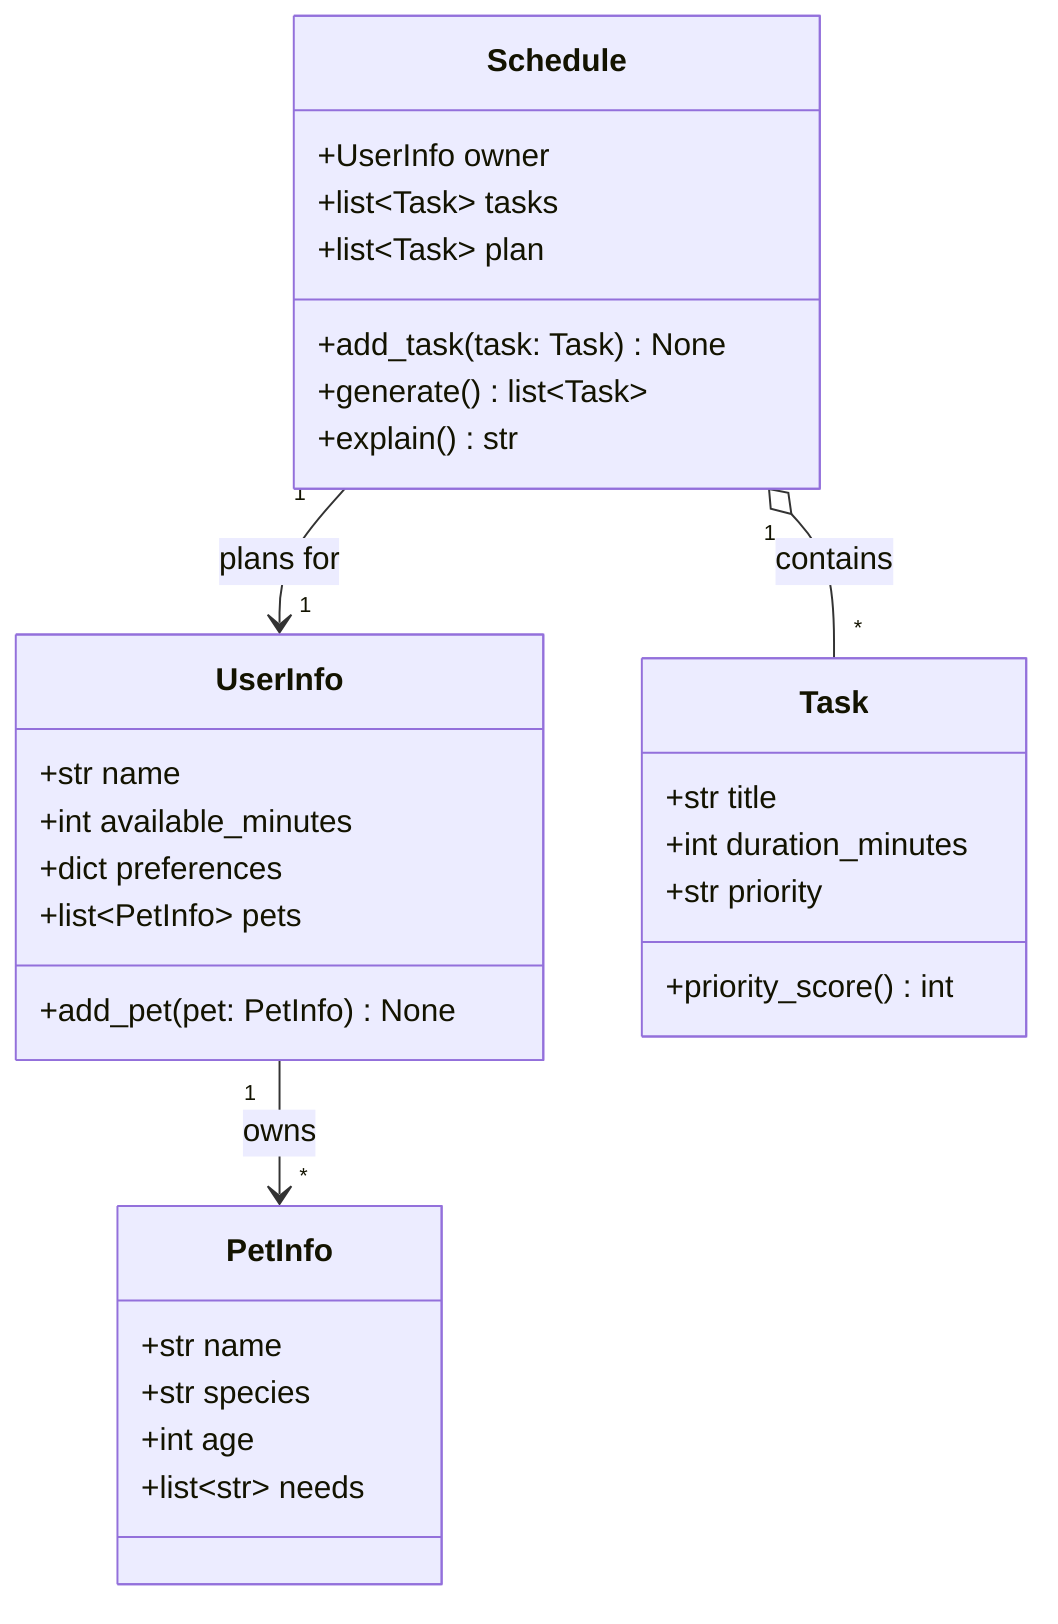
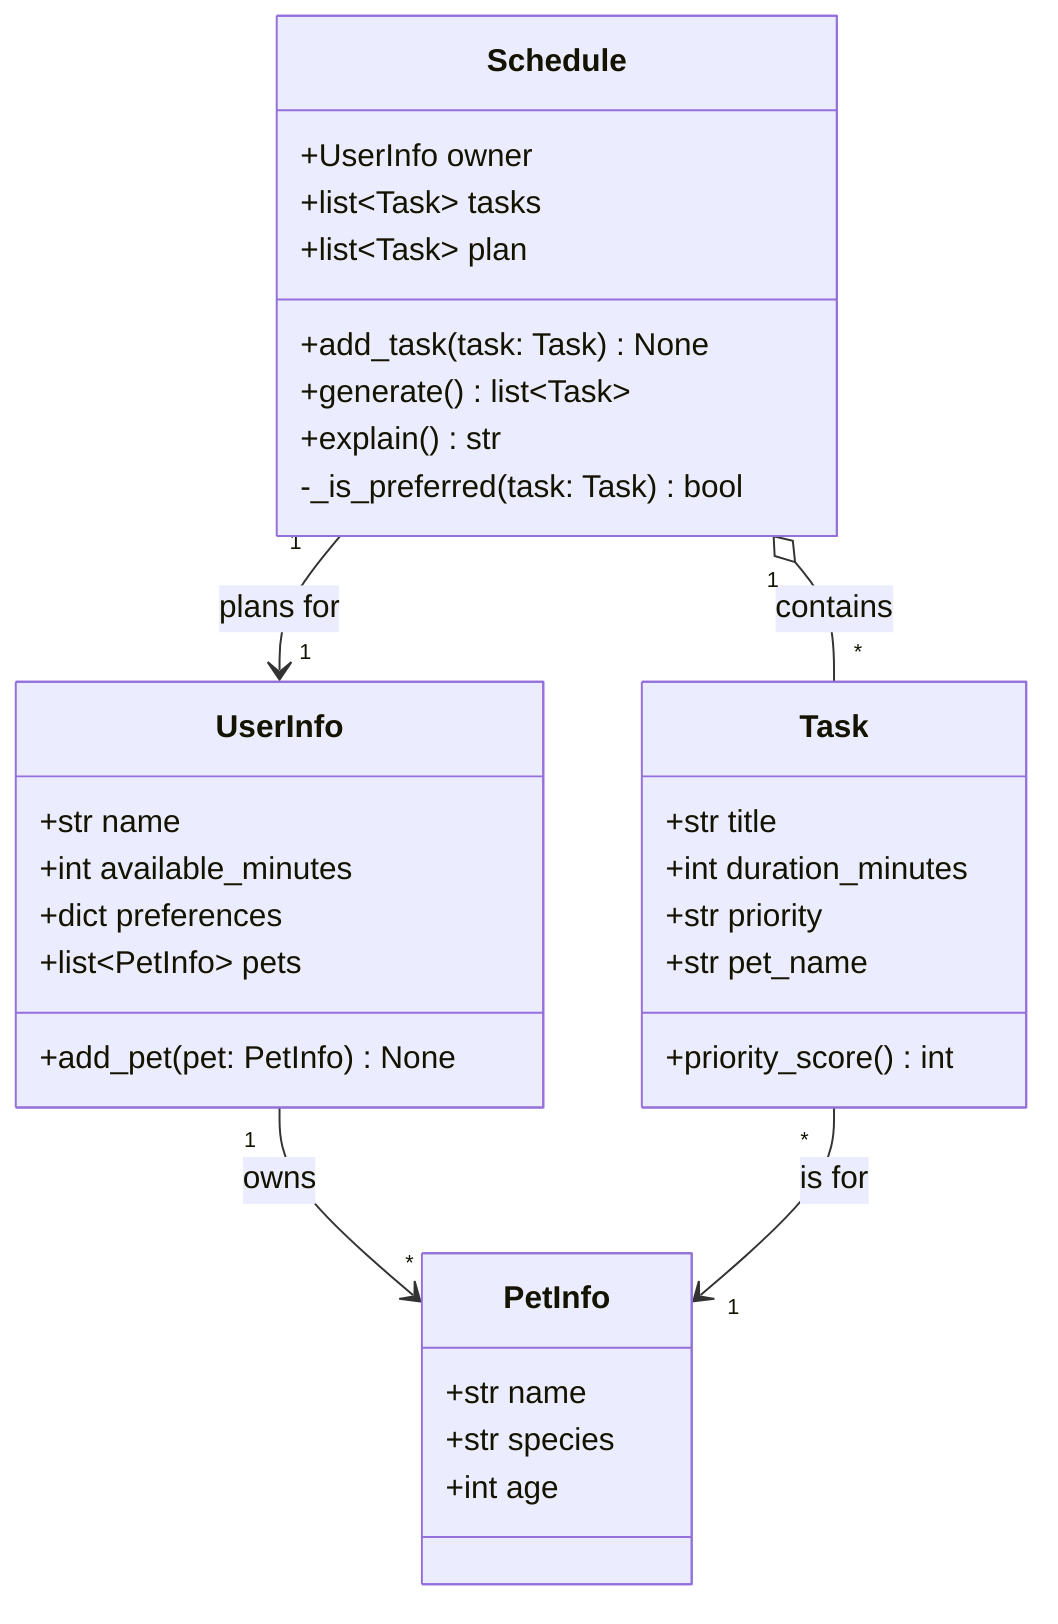
classDiagram

    class UserInfo {
        +str name
        +int available_minutes
        +dict preferences
        +list~PetInfo~ pets
        +add_pet(pet: PetInfo) None
    }


    class PetInfo {
        +str name
        +str species
        +int age
-         +list~str~ needs
    }


    class Task {
        +str title
        +int duration_minutes
        +str priority
+         +str pet_name
        +priority_score() int
    }


    class Schedule {
        +UserInfo owner
        +list~Task~ tasks
        +list~Task~ plan
        +add_task(task: Task) None
        +generate() list~Task~
        +explain() str
+         -_is_preferred(task: Task) bool
    }


    UserInfo "1" --> "*" PetInfo : owns
    Schedule "1" o-- "*" Task : contains
    Schedule "1" --> "1" UserInfo : plans for
+     Task "*" --> "1" PetInfo : is for
